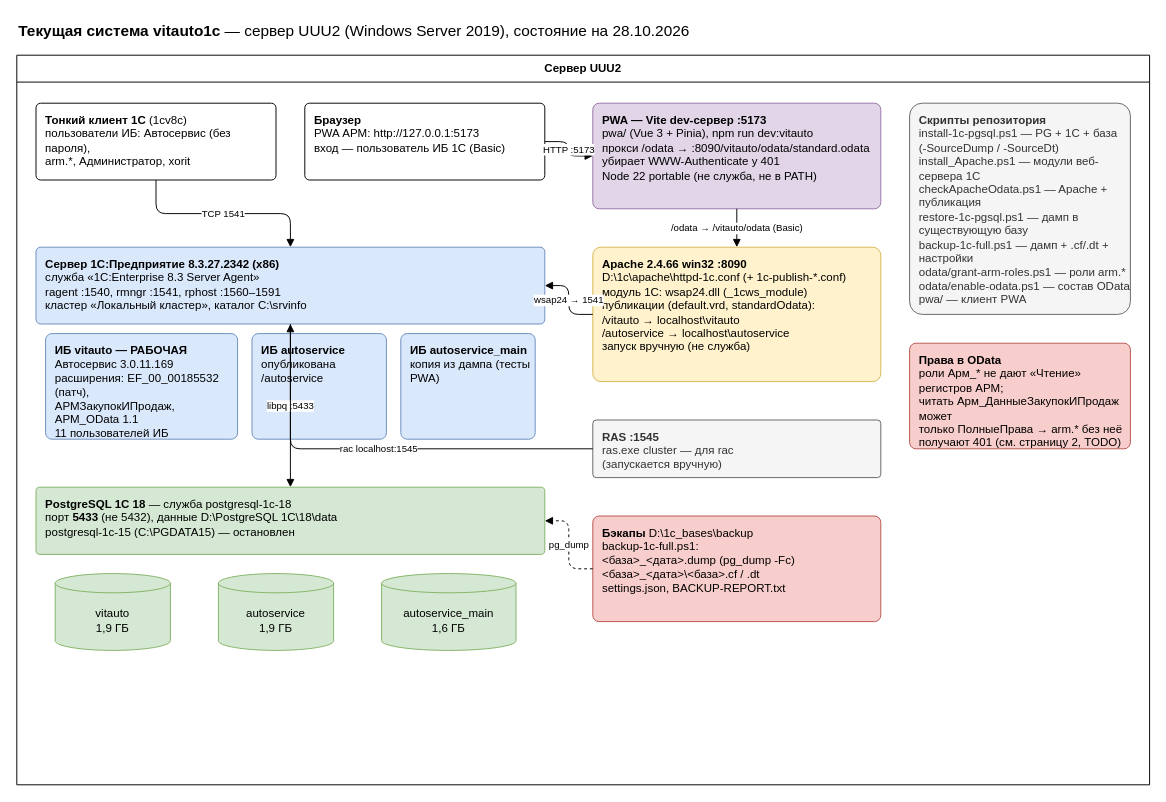
The draw.io diagram page "1. Компоненты" (1 of 2) of docs/architecture.drawio in goshva/vitauto1c, before the edit. Source tidied: cells renumbered, new cells numbered last; positions are measured from the earlier drawing's top-left corner, leaving out a move shared by most shapes. Both pictures are drawn from the tidied source at 96%, with x=0, y=0 at pixel (16, 16).
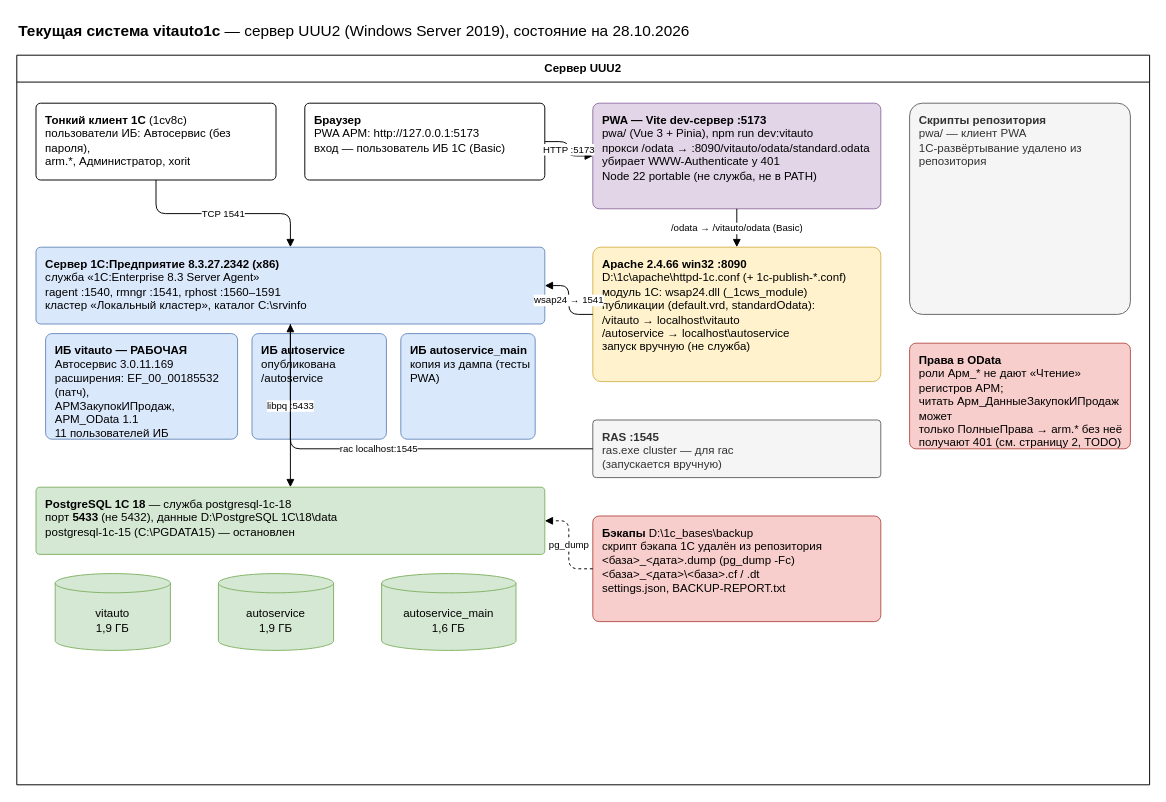
The same diagram, later.

Commit message:
docs: remove stale 1C deployment diagram page

Страница бэкапа и развёртывания описывала 1С-скрипты и DEPLOY-LOCAL.md, которые удалены из репозитория; битые ссылки убраны с обеих страниц.

The change refers to these unchanged cells:
```xml
<mxCell id="3" value="Сервер UUU2" style="swimlane;whiteSpace=wrap;html=1;startSize=28;fillColor=none;rounded=0;fontStyle=1;" parent="1" vertex="1">
  <mxGeometry y="40" width="1180" height="760" as="geometry" />
</mxCell>
```

Change to the diagram source:
```diff
@@
-    <mxCell id="17" value="&lt;b&gt;Бэкапы&lt;/b&gt; D:\1c_bases\backup&lt;br&gt;backup-1c-full.ps1:&lt;br&gt;  &amp;lt;база&amp;gt;_&amp;lt;дата&amp;gt;.dump (pg_dump -Fc)&lt;br&gt;  &amp;lt;база&amp;gt;_&amp;lt;дата&amp;gt;\&amp;lt;база&amp;gt;.cf / .dt&lt;br&gt;  settings.json, BACKUP-REPORT.txt" style="rounded=1;whiteSpace=wrap;html=1;align=left;verticalAlign=top;spacingLeft=8;spacingTop=4;arcSize=6;fillColor=#f8cecc;strokeColor=#b85450;" parent="3" vertex="1">
+    <mxCell id="17" value="&lt;b&gt;Бэкапы&lt;/b&gt; D:\1c_bases\backup&lt;br&gt;скрипт бэкапа 1С удалён из репозитория&lt;br&gt;  &amp;lt;база&amp;gt;_&amp;lt;дата&amp;gt;.dump (pg_dump -Fc)&lt;br&gt;  &amp;lt;база&amp;gt;_&amp;lt;дата&amp;gt;\&amp;lt;база&amp;gt;.cf / .dt&lt;br&gt;  settings.json, BACKUP-REPORT.txt" style="rounded=1;whiteSpace=wrap;html=1;align=left;verticalAlign=top;spacingLeft=8;spacingTop=4;arcSize=6;fillColor=#f8cecc;strokeColor=#b85450;" parent="3" vertex="1">
       <mxGeometry x="600" y="480" width="300" height="110" as="geometry" />
     </mxCell>
-    <mxCell id="18" value="&lt;b&gt;Скрипты репозитория&lt;/b&gt;&lt;br&gt;install-1c-pgsql.ps1 — PG + 1С + база&lt;br&gt;  (-SourceDump / -SourceDt)&lt;br&gt;install_Apache.ps1 — модули веб-сервера 1С&lt;br&gt;checkApacheOdata.ps1 — Apache + публикация&lt;br&gt;restore-1c-pgsql.ps1 — дамп в существующую базу&lt;br&gt;backup-1c-full.ps1 — дамп + .cf/.dt + настройки&lt;br&gt;odata/grant-arm-roles.ps1 — роли arm.*&lt;br&gt;odata/enable-odata.ps1 — состав OData&lt;br&gt;pwa/ — клиент PWA" style="rounded=1;whiteSpace=wrap;html=1;align=left;verticalAlign=top;spacingLeft=8;spacingTop=4;arcSize=6;fillColor=#f5f5f5;strokeColor=#666666;fontColor=#333333;" parent="3" vertex="1">
+    <mxCell id="18" value="&lt;b&gt;Скрипты репозитория&lt;/b&gt;&lt;br&gt;pwa/ — клиент PWA&lt;br&gt;1С-развёртывание удалено из репозитория" style="rounded=1;whiteSpace=wrap;html=1;align=left;verticalAlign=top;spacingLeft=8;spacingTop=4;arcSize=6;fillColor=#f5f5f5;strokeColor=#666666;fontColor=#333333;" parent="3" vertex="1">
       <mxGeometry x="930" y="50" width="230" height="220" as="geometry" />
     </mxCell>
```
